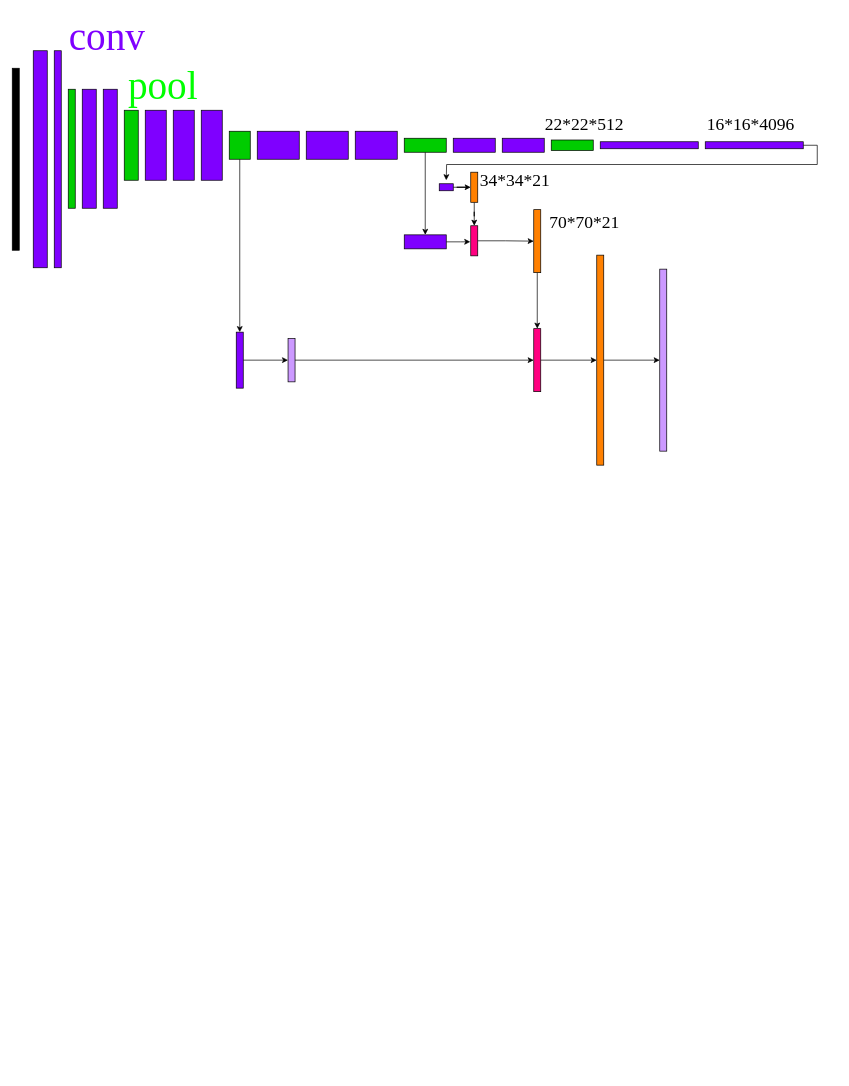
ByronGe/ff keeps this draw.io diagram as fcn.drawio. Above is the earlier version. Source tidied: cells renumbered, new cells numbered last; positions are measured from the earlier drawing's top-left corner, leaving out a move shared by most shapes. Both pictures are drawn from the tidied source at 70%, with x=0, y=0 at pixel (12, 12).
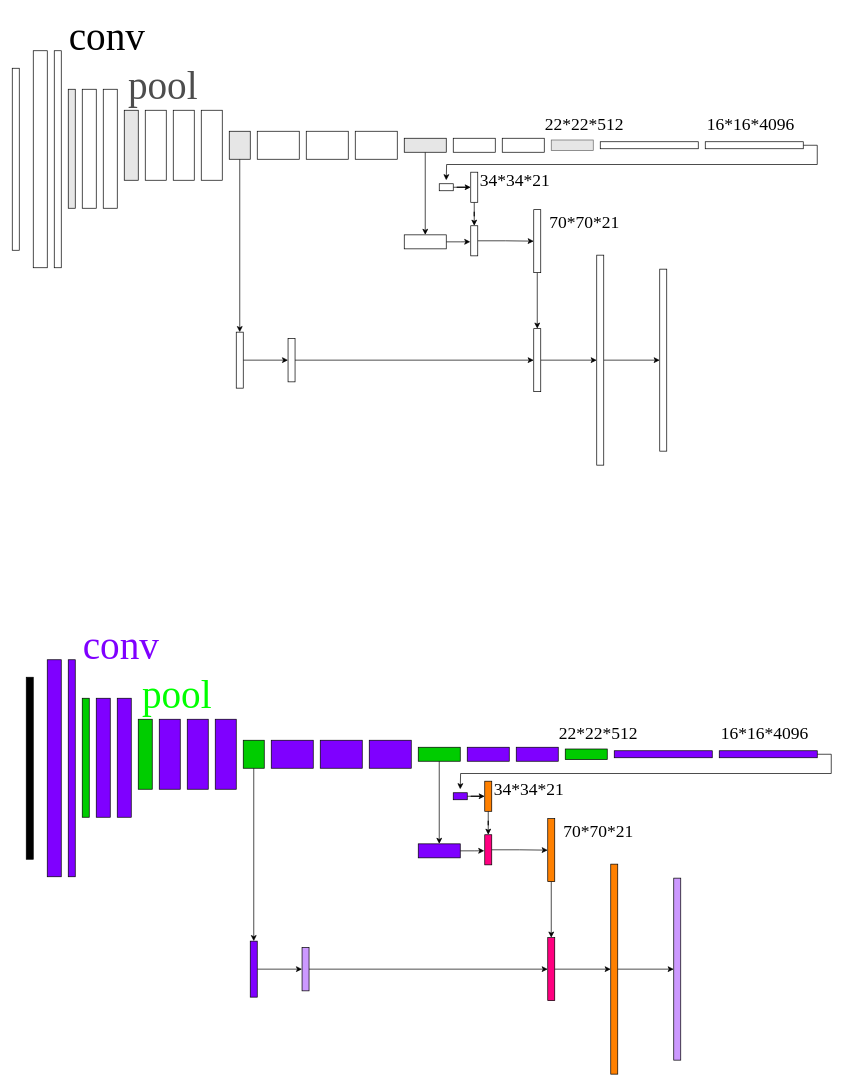
Above is the later version.

Diff of the diagram source:
```diff
@@
-    <mxCell id="2" style="rounded=0;whiteSpace=wrap;html=1;strokeColor=#000000;fillColor=#000000;fontFamily=Times New Roman;fontSize=25;" parent="1" vertex="1">
+    <mxCell id="2" style="rounded=0;whiteSpace=wrap;html=1;strokeColor=#000000;fillColor=#FFFFFF;fontFamily=Times New Roman;fontSize=25;" parent="1" vertex="1">
       <mxGeometry y="80" width="10" height="260" as="geometry" />
     </mxCell>
-    <mxCell id="3" style="rounded=0;whiteSpace=wrap;html=1;fillColor=#7F00FF;fontFamily=Times New Roman;fontSize=25;" parent="1" vertex="1">
+    <mxCell id="3" style="rounded=0;whiteSpace=wrap;html=1;fillColor=#FFFFFF;fontFamily=Times New Roman;fontSize=25;" parent="1" vertex="1">
       <mxGeometry x="30" y="55" width="20" height="310" as="geometry" />
     </mxCell>
-    <mxCell id="4" style="rounded=0;whiteSpace=wrap;html=1;fillColor=#7F00FF;fontFamily=Times New Roman;fontSize=25;" parent="1" vertex="1">
+    <mxCell id="4" style="rounded=0;whiteSpace=wrap;html=1;fillColor=#FFFFFF;fontFamily=Times New Roman;fontSize=25;" parent="1" vertex="1">
       <mxGeometry x="60" y="55" width="10" height="310" as="geometry" />
     </mxCell>
-    <mxCell id="5" style="rounded=0;whiteSpace=wrap;html=1;fillColor=#00CC00;fontFamily=Times New Roman;fontSize=25;" parent="1" vertex="1">
+    <mxCell id="5" style="rounded=0;whiteSpace=wrap;html=1;fillColor=#E6E6E6;fontFamily=Times New Roman;fontSize=25;" parent="1" vertex="1">
       <mxGeometry x="80" y="110" width="10" height="170" as="geometry" />
     </mxCell>
-    <mxCell id="6" style="rounded=0;whiteSpace=wrap;html=1;fillColor=#7F00FF;fontFamily=Times New Roman;fontSize=25;" parent="1" vertex="1">
+    <mxCell id="6" style="rounded=0;whiteSpace=wrap;html=1;fillColor=#FFFFFF;fontFamily=Times New Roman;fontSize=25;" parent="1" vertex="1">
       <mxGeometry x="100" y="110" width="20" height="170" as="geometry" />
     </mxCell>
-    <mxCell id="7" style="rounded=0;whiteSpace=wrap;html=1;fillColor=#7F00FF;fontFamily=Times New Roman;fontSize=25;" parent="1" vertex="1">
+    <mxCell id="7" style="rounded=0;whiteSpace=wrap;html=1;fillColor=#FFFFFF;fontFamily=Times New Roman;fontSize=25;" parent="1" vertex="1">
       <mxGeometry x="130" y="110" width="20" height="170" as="geometry" />
     </mxCell>
-    <mxCell id="8" style="rounded=0;whiteSpace=wrap;html=1;fillColor=#00CC00;fontFamily=Times New Roman;fontSize=25;" parent="1" vertex="1">
+    <mxCell id="8" style="rounded=0;whiteSpace=wrap;html=1;fillColor=#E6E6E6;fontFamily=Times New Roman;fontSize=25;" parent="1" vertex="1">
       <mxGeometry x="160" y="140" width="20" height="100" as="geometry" />
     </mxCell>
-    <mxCell id="9" style="rounded=0;whiteSpace=wrap;html=1;fillColor=#7F00FF;fontFamily=Times New Roman;fontSize=25;" parent="1" vertex="1">
+    <mxCell id="9" style="rounded=0;whiteSpace=wrap;html=1;fillColor=#FFFFFF;fontFamily=Times New Roman;fontSize=25;" parent="1" vertex="1">
       <mxGeometry x="190" y="140" width="30" height="100" as="geometry" />
     </mxCell>
-    <mxCell id="10" style="rounded=0;whiteSpace=wrap;html=1;fillColor=#7F00FF;fontFamily=Times New Roman;fontSize=25;" parent="1" vertex="1">
+    <mxCell id="10" style="rounded=0;whiteSpace=wrap;html=1;fillColor=#FFFFFF;fontFamily=Times New Roman;fontSize=25;" parent="1" vertex="1">
       <mxGeometry x="230" y="140" width="30" height="100" as="geometry" />
     </mxCell>
-    <mxCell id="11" style="rounded=0;whiteSpace=wrap;html=1;fillColor=#7F00FF;fontFamily=Times New Roman;fontSize=25;" parent="1" vertex="1">
+    <mxCell id="11" style="rounded=0;whiteSpace=wrap;html=1;fillColor=#FFFFFF;fontFamily=Times New Roman;fontSize=25;" parent="1" vertex="1">
       <mxGeometry x="270" y="140" width="30" height="100" as="geometry" />
     </mxCell>
@@
-    <mxCell id="13" style="rounded=0;whiteSpace=wrap;html=1;fillColor=#00CC00;fontFamily=Times New Roman;fontSize=25;" parent="1" vertex="1">
+    <mxCell id="13" style="rounded=0;whiteSpace=wrap;html=1;fillColor=#E6E6E6;fontFamily=Times New Roman;fontSize=25;" parent="1" vertex="1">
       <mxGeometry x="310" y="170" width="30" height="40" as="geometry" />
     </mxCell>
@@
-    <mxCell id="15" style="rounded=0;whiteSpace=wrap;html=1;fillColor=#7F00FF;fontFamily=Times New Roman;fontSize=25;" parent="1" vertex="1">
+    <mxCell id="15" style="rounded=0;whiteSpace=wrap;html=1;fillColor=#FFFFFF;fontFamily=Times New Roman;fontSize=25;" parent="1" vertex="1">
       <mxGeometry x="320" y="457" width="10" height="80" as="geometry" />
     </mxCell>
@@
-    <mxCell id="17" style="rounded=0;whiteSpace=wrap;html=1;fillColor=#CC99FF;fontFamily=Times New Roman;fontSize=25;" parent="1" vertex="1">
+    <mxCell id="17" style="rounded=0;whiteSpace=wrap;html=1;fillColor=#FFFFFF;fontFamily=Times New Roman;fontSize=25;" parent="1" vertex="1">
       <mxGeometry x="394" y="466" width="10" height="62" as="geometry" />
     </mxCell>
-    <mxCell id="18" style="rounded=0;whiteSpace=wrap;html=1;fillColor=#7F00FF;fontFamily=Times New Roman;fontSize=25;" parent="1" vertex="1">
+    <mxCell id="18" style="rounded=0;whiteSpace=wrap;html=1;fillColor=#FFFFFF;fontFamily=Times New Roman;fontSize=25;" parent="1" vertex="1">
       <mxGeometry x="350" y="170" width="60" height="40" as="geometry" />
     </mxCell>
-    <mxCell id="19" style="rounded=0;whiteSpace=wrap;html=1;fillColor=#7F00FF;fontFamily=Times New Roman;fontSize=25;" parent="1" vertex="1">
+    <mxCell id="19" style="rounded=0;whiteSpace=wrap;html=1;fillColor=#FFFFFF;fontFamily=Times New Roman;fontSize=25;" parent="1" vertex="1">
       <mxGeometry x="420" y="170" width="60" height="40" as="geometry" />
     </mxCell>
-    <mxCell id="20" style="rounded=0;whiteSpace=wrap;html=1;fillColor=#7F00FF;fontFamily=Times New Roman;fontSize=25;" parent="1" vertex="1">
+    <mxCell id="20" style="rounded=0;whiteSpace=wrap;html=1;fillColor=#FFFFFF;fontFamily=Times New Roman;fontSize=25;" parent="1" vertex="1">
       <mxGeometry x="490" y="170" width="60" height="40" as="geometry" />
     </mxCell>
@@
-    <mxCell id="22" style="rounded=0;whiteSpace=wrap;html=1;fillColor=#00CC00;fontFamily=Times New Roman;fontSize=25;" parent="1" vertex="1">
+    <mxCell id="22" style="rounded=0;whiteSpace=wrap;html=1;fillColor=#E6E6E6;fontFamily=Times New Roman;fontSize=25;" parent="1" vertex="1">
       <mxGeometry x="560" y="180" width="60" height="20" as="geometry" />
     </mxCell>
@@
-    <mxCell id="24" style="rounded=0;whiteSpace=wrap;html=1;fillColor=#7F00FF;fontFamily=Times New Roman;fontSize=25;" parent="1" vertex="1">
+    <mxCell id="24" style="rounded=0;whiteSpace=wrap;html=1;fillColor=#FFFFFF;fontFamily=Times New Roman;fontSize=25;" parent="1" vertex="1">
       <mxGeometry x="560" y="318" width="60" height="20" as="geometry" />
     </mxCell>
-    <mxCell id="25" style="rounded=0;whiteSpace=wrap;html=1;fillColor=#7F00FF;fontFamily=Times New Roman;fontSize=25;" parent="1" vertex="1">
+    <mxCell id="25" style="rounded=0;whiteSpace=wrap;html=1;fillColor=#FFFFFF;fontFamily=Times New Roman;fontSize=25;" parent="1" vertex="1">
       <mxGeometry x="630" y="180" width="60" height="20" as="geometry" />
     </mxCell>
-    <mxCell id="26" style="rounded=0;whiteSpace=wrap;html=1;fillColor=#7F00FF;fontFamily=Times New Roman;fontSize=25;" parent="1" vertex="1">
+    <mxCell id="26" style="rounded=0;whiteSpace=wrap;html=1;fillColor=#FFFFFF;fontFamily=Times New Roman;fontSize=25;" parent="1" vertex="1">
       <mxGeometry x="700" y="180" width="60" height="20" as="geometry" />
     </mxCell>
-    <mxCell id="27" style="rounded=0;whiteSpace=wrap;html=1;fillColor=#00CC00;fontFamily=Times New Roman;fontSize=25;" parent="1" vertex="1">
+    <mxCell id="27" style="rounded=0;whiteSpace=wrap;html=1;fillColor=#E6E6E6;fontFamily=Times New Roman;fontSize=25;strokeColor=#666666;fontColor=#333333;" parent="1" vertex="1">
       <mxGeometry x="770" y="182.5" width="60" height="15" as="geometry" />
     </mxCell>
-    <mxCell id="28" style="rounded=0;whiteSpace=wrap;html=1;fillColor=#7F00FF;fontFamily=Times New Roman;fontSize=25;" parent="1" vertex="1">
+    <mxCell id="28" style="rounded=0;whiteSpace=wrap;html=1;fillColor=#FFFFFF;fontFamily=Times New Roman;fontSize=25;" parent="1" vertex="1">
       <mxGeometry x="840" y="185" width="140" height="10" as="geometry" />
     </mxCell>
@@
-    <mxCell id="30" style="rounded=0;whiteSpace=wrap;html=1;fillColor=#7F00FF;fontFamily=Times New Roman;fontSize=25;" parent="1" vertex="1">
+    <mxCell id="30" style="rounded=0;whiteSpace=wrap;html=1;fillColor=#FFFFFF;fontFamily=Times New Roman;fontSize=25;" parent="1" vertex="1">
       <mxGeometry x="990" y="185" width="140" height="10" as="geometry" />
     </mxCell>
@@
-    <mxCell id="32" style="rounded=0;whiteSpace=wrap;html=1;fillColor=#7F00FF;fontFamily=Times New Roman;fontSize=25;" parent="1" vertex="1">
+    <mxCell id="32" style="rounded=0;whiteSpace=wrap;html=1;fillColor=#FFFFFF;fontFamily=Times New Roman;fontSize=25;" parent="1" vertex="1">
       <mxGeometry x="610" y="245" width="20" height="10" as="geometry" />
     </mxCell>
@@
-    <mxCell id="34" style="rounded=0;whiteSpace=wrap;html=1;fillColor=#FF8000;fontFamily=Times New Roman;fontSize=25;" parent="1" vertex="1">
+    <mxCell id="34" style="rounded=0;whiteSpace=wrap;html=1;fillColor=#FFFFFF;fontFamily=Times New Roman;fontSize=25;" parent="1" vertex="1">
       <mxGeometry x="655" y="228.5" width="10" height="43" as="geometry" />
     </mxCell>
@@
-    <mxCell id="36" style="rounded=0;whiteSpace=wrap;html=1;fillColor=#FF0080;fontFamily=Times New Roman;fontSize=25;" parent="1" vertex="1">
+    <mxCell id="36" style="rounded=0;whiteSpace=wrap;html=1;fillColor=#FFFFFF;fontFamily=Times New Roman;fontSize=25;" parent="1" vertex="1">
       <mxGeometry x="655" y="305" width="10" height="43" as="geometry" />
     </mxCell>
@@
-    <mxCell id="38" style="rounded=0;whiteSpace=wrap;html=1;fillColor=#FF8000;fontFamily=Times New Roman;fontSize=25;" parent="1" vertex="1">
+    <mxCell id="38" style="rounded=0;whiteSpace=wrap;html=1;fillColor=#FFFFFF;fontFamily=Times New Roman;fontSize=25;" parent="1" vertex="1">
       <mxGeometry x="745" y="282" width="10" height="90" as="geometry" />
     </mxCell>
@@
-    <mxCell id="40" style="rounded=0;whiteSpace=wrap;html=1;fillColor=#FF0080;fontFamily=Times New Roman;fontSize=25;" parent="1" vertex="1">
+    <mxCell id="40" style="rounded=0;whiteSpace=wrap;html=1;fillColor=#FFFFFF;fontFamily=Times New Roman;fontSize=25;" parent="1" vertex="1">
       <mxGeometry x="745" y="452" width="10" height="90" as="geometry" />
     </mxCell>
@@
-    <mxCell id="42" style="rounded=0;whiteSpace=wrap;html=1;fillColor=#FF8000;fontFamily=Times New Roman;fontSize=25;" parent="1" vertex="1">
+    <mxCell id="42" style="rounded=0;whiteSpace=wrap;html=1;fillColor=#FFFFFF;fontFamily=Times New Roman;fontSize=25;" parent="1" vertex="1">
       <mxGeometry x="835" y="347" width="10" height="300" as="geometry" />
     </mxCell>
-    <mxCell id="43" style="rounded=0;whiteSpace=wrap;html=1;fillColor=#CC99FF;fontFamily=Times New Roman;fontSize=25;" parent="1" vertex="1">
+    <mxCell id="43" style="rounded=0;whiteSpace=wrap;html=1;fillColor=#FFFFFF;fontFamily=Times New Roman;fontSize=25;" parent="1" vertex="1">
       <mxGeometry x="925" y="367" width="10" height="260" as="geometry" />
     </mxCell>
@@
-    <mxCell id="48" value="&lt;font color=&quot;#7f00ff&quot; style=&quot;font-size: 56px;&quot;&gt;conv&lt;/font&gt;" style="text;html=1;align=center;verticalAlign=middle;fontSize=56;fontFamily=Times New Roman;" parent="1" vertex="1">
+    <mxCell id="48" value="&lt;font style=&quot;font-size: 56px&quot;&gt;conv&lt;/font&gt;" style="text;html=1;align=center;verticalAlign=middle;fontSize=56;fontFamily=Times New Roman;" parent="1" vertex="1">
       <mxGeometry x="70" width="130" height="70" as="geometry" />
     </mxCell>
-    <mxCell id="49" value="&lt;font color=&quot;#00ff00&quot; style=&quot;font-size: 56px;&quot;&gt;pool&lt;/font&gt;" style="text;html=1;align=center;verticalAlign=middle;fontSize=56;fontFamily=Times New Roman;" parent="1" vertex="1">
+    <mxCell id="49" value="&lt;font style=&quot;font-size: 56px&quot; color=&quot;#4d4d4d&quot;&gt;pool&lt;/font&gt;" style="text;html=1;align=center;verticalAlign=middle;fontSize=56;fontFamily=Times New Roman;" parent="1" vertex="1">
       <mxGeometry x="160" y="70" width="110" height="70" as="geometry" />
     </mxCell>
+    <mxCell id="50" style="rounded=0;whiteSpace=wrap;html=1;strokeColor=#000000;fillColor=#000000;fontFamily=Times New Roman;fontSize=25;" parent="1" vertex="1">
+      <mxGeometry x="20" y="950" width="10" height="260" as="geometry" />
+    </mxCell>
+    <mxCell id="51" style="rounded=0;whiteSpace=wrap;html=1;fillColor=#7F00FF;fontFamily=Times New Roman;fontSize=25;" parent="1" vertex="1">
+      <mxGeometry x="50" y="925" width="20" height="310" as="geometry" />
+    </mxCell>
+    <mxCell id="52" style="rounded=0;whiteSpace=wrap;html=1;fillColor=#7F00FF;fontFamily=Times New Roman;fontSize=25;" parent="1" vertex="1">
+      <mxGeometry x="80" y="925" width="10" height="310" as="geometry" />
+    </mxCell>
+    <mxCell id="53" style="rounded=0;whiteSpace=wrap;html=1;fillColor=#00CC00;fontFamily=Times New Roman;fontSize=25;" parent="1" vertex="1">
+      <mxGeometry x="100" y="980" width="10" height="170" as="geometry" />
+    </mxCell>
+    <mxCell id="54" style="rounded=0;whiteSpace=wrap;html=1;fillColor=#7F00FF;fontFamily=Times New Roman;fontSize=25;" parent="1" vertex="1">
+      <mxGeometry x="120" y="980" width="20" height="170" as="geometry" />
+    </mxCell>
+    <mxCell id="55" style="rounded=0;whiteSpace=wrap;html=1;fillColor=#7F00FF;fontFamily=Times New Roman;fontSize=25;" parent="1" vertex="1">
+      <mxGeometry x="150" y="980" width="20" height="170" as="geometry" />
+    </mxCell>
+    <mxCell id="56" style="rounded=0;whiteSpace=wrap;html=1;fillColor=#00CC00;fontFamily=Times New Roman;fontSize=25;" parent="1" vertex="1">
+      <mxGeometry x="180" y="1010" width="20" height="100" as="geometry" />
+    </mxCell>
+    <mxCell id="57" style="rounded=0;whiteSpace=wrap;html=1;fillColor=#7F00FF;fontFamily=Times New Roman;fontSize=25;" parent="1" vertex="1">
+      <mxGeometry x="210" y="1010" width="30" height="100" as="geometry" />
+    </mxCell>
+    <mxCell id="58" style="rounded=0;whiteSpace=wrap;html=1;fillColor=#7F00FF;fontFamily=Times New Roman;fontSize=25;" parent="1" vertex="1">
+      <mxGeometry x="250" y="1010" width="30" height="100" as="geometry" />
+    </mxCell>
+    <mxCell id="59" style="rounded=0;whiteSpace=wrap;html=1;fillColor=#7F00FF;fontFamily=Times New Roman;fontSize=25;" parent="1" vertex="1">
+      <mxGeometry x="290" y="1010" width="30" height="100" as="geometry" />
+    </mxCell>
+    <mxCell id="60" style="edgeStyle=orthogonalEdgeStyle;rounded=0;jettySize=auto;html=1;exitX=0.5;exitY=1;exitDx=0;exitDy=0;fontFamily=Times New Roman;fontSize=25;" parent="1" edge="1" source="61" target="63">
+      <mxGeometry relative="1" as="geometry" />
+    </mxCell>
+    <mxCell id="61" style="rounded=0;whiteSpace=wrap;html=1;fillColor=#00CC00;fontFamily=Times New Roman;fontSize=25;" parent="1" vertex="1">
+      <mxGeometry x="330" y="1040" width="30" height="40" as="geometry" />
+    </mxCell>
+    <mxCell id="62" style="edgeStyle=orthogonalEdgeStyle;rounded=0;jettySize=auto;html=1;entryX=0;entryY=0.5;entryDx=0;entryDy=0;fontFamily=Times New Roman;fontSize=25;" parent="1" edge="1" source="63" target="65">
+      <mxGeometry relative="1" as="geometry" />
+    </mxCell>
+    <mxCell id="63" style="rounded=0;whiteSpace=wrap;html=1;fillColor=#7F00FF;fontFamily=Times New Roman;fontSize=25;" parent="1" vertex="1">
+      <mxGeometry x="340" y="1327" width="10" height="80" as="geometry" />
+    </mxCell>
+    <mxCell id="64" style="edgeStyle=orthogonalEdgeStyle;rounded=0;jettySize=auto;html=1;fontFamily=Times New Roman;fontSize=25;" parent="1" edge="1" source="65" target="88">
+      <mxGeometry relative="1" as="geometry" />
+    </mxCell>
+    <mxCell id="65" style="rounded=0;whiteSpace=wrap;html=1;fillColor=#CC99FF;fontFamily=Times New Roman;fontSize=25;" parent="1" vertex="1">
+      <mxGeometry x="414" y="1336" width="10" height="62" as="geometry" />
+    </mxCell>
+    <mxCell id="66" style="rounded=0;whiteSpace=wrap;html=1;fillColor=#7F00FF;fontFamily=Times New Roman;fontSize=25;" parent="1" vertex="1">
+      <mxGeometry x="370" y="1040" width="60" height="40" as="geometry" />
+    </mxCell>
+    <mxCell id="67" style="rounded=0;whiteSpace=wrap;html=1;fillColor=#7F00FF;fontFamily=Times New Roman;fontSize=25;" parent="1" vertex="1">
+      <mxGeometry x="440" y="1040" width="60" height="40" as="geometry" />
+    </mxCell>
+    <mxCell id="68" style="rounded=0;whiteSpace=wrap;html=1;fillColor=#7F00FF;fontFamily=Times New Roman;fontSize=25;" parent="1" vertex="1">
+      <mxGeometry x="510" y="1040" width="60" height="40" as="geometry" />
+    </mxCell>
+    <mxCell id="69" style="edgeStyle=orthogonalEdgeStyle;rounded=0;jettySize=auto;html=1;fontFamily=Times New Roman;fontSize=25;" parent="1" edge="1" source="70" target="72">
+      <mxGeometry relative="1" as="geometry" />
+    </mxCell>
+    <mxCell id="70" style="rounded=0;whiteSpace=wrap;html=1;fillColor=#00CC00;fontFamily=Times New Roman;fontSize=25;" parent="1" vertex="1">
+      <mxGeometry x="580" y="1050" width="60" height="20" as="geometry" />
+    </mxCell>
+    <mxCell id="71" style="edgeStyle=orthogonalEdgeStyle;rounded=0;jettySize=auto;html=1;entryX=-0.066;entryY=0.533;entryDx=0;entryDy=0;entryPerimeter=0;fontFamily=Times New Roman;fontSize=25;" parent="1" edge="1" source="72" target="84">
+      <mxGeometry relative="1" as="geometry" />
+    </mxCell>
+    <mxCell id="72" style="rounded=0;whiteSpace=wrap;html=1;fillColor=#7F00FF;fontFamily=Times New Roman;fontSize=25;" parent="1" vertex="1">
+      <mxGeometry x="580" y="1188" width="60" height="20" as="geometry" />
+    </mxCell>
+    <mxCell id="73" style="rounded=0;whiteSpace=wrap;html=1;fillColor=#7F00FF;fontFamily=Times New Roman;fontSize=25;" parent="1" vertex="1">
+      <mxGeometry x="650" y="1050" width="60" height="20" as="geometry" />
+    </mxCell>
+    <mxCell id="74" style="rounded=0;whiteSpace=wrap;html=1;fillColor=#7F00FF;fontFamily=Times New Roman;fontSize=25;" parent="1" vertex="1">
+      <mxGeometry x="720" y="1050" width="60" height="20" as="geometry" />
+    </mxCell>
+    <mxCell id="75" style="rounded=0;whiteSpace=wrap;html=1;fillColor=#00CC00;fontFamily=Times New Roman;fontSize=25;" parent="1" vertex="1">
+      <mxGeometry x="790" y="1052.5" width="60" height="15" as="geometry" />
+    </mxCell>
+    <mxCell id="76" style="rounded=0;whiteSpace=wrap;html=1;fillColor=#7F00FF;fontFamily=Times New Roman;fontSize=25;" parent="1" vertex="1">
+      <mxGeometry x="860" y="1055" width="140" height="10" as="geometry" />
+    </mxCell>
+    <mxCell id="77" style="edgeStyle=orthogonalEdgeStyle;rounded=0;jettySize=auto;html=1;exitX=1;exitY=0.5;exitDx=0;exitDy=0;fontFamily=Times New Roman;fontSize=25;" parent="1" edge="1" source="78">
+      <mxGeometry relative="1" as="geometry">
+        <mxPoint x="640" y="1110" as="targetPoint" />
+      </mxGeometry>
+    </mxCell>
+    <mxCell id="78" style="rounded=0;whiteSpace=wrap;html=1;fillColor=#7F00FF;fontFamily=Times New Roman;fontSize=25;" parent="1" vertex="1">
+      <mxGeometry x="1010" y="1055" width="140" height="10" as="geometry" />
+    </mxCell>
+    <mxCell id="79" style="edgeStyle=orthogonalEdgeStyle;rounded=0;jettySize=auto;html=1;entryX=0;entryY=0.5;entryDx=0;entryDy=0;fontFamily=Times New Roman;fontSize=25;" parent="1" edge="1" source="80" target="82">
+      <mxGeometry relative="1" as="geometry" />
+    </mxCell>
+    <mxCell id="80" style="rounded=0;whiteSpace=wrap;html=1;fillColor=#7F00FF;fontFamily=Times New Roman;fontSize=25;" parent="1" vertex="1">
+      <mxGeometry x="630" y="1115" width="20" height="10" as="geometry" />
+    </mxCell>
+    <mxCell id="81" style="edgeStyle=orthogonalEdgeStyle;rounded=0;jettySize=auto;html=1;fontFamily=Times New Roman;fontSize=25;" parent="1" edge="1" source="82" target="84">
+      <mxGeometry relative="1" as="geometry" />
+    </mxCell>
+    <mxCell id="82" style="rounded=0;whiteSpace=wrap;html=1;fillColor=#FF8000;fontFamily=Times New Roman;fontSize=25;" parent="1" vertex="1">
+      <mxGeometry x="675" y="1098.5" width="10" height="43" as="geometry" />
+    </mxCell>
+    <mxCell id="83" style="edgeStyle=orthogonalEdgeStyle;rounded=0;jettySize=auto;html=1;fontFamily=Times New Roman;fontSize=25;" parent="1" edge="1" source="84" target="86">
+      <mxGeometry relative="1" as="geometry" />
+    </mxCell>
+    <mxCell id="84" style="rounded=0;whiteSpace=wrap;html=1;fillColor=#FF0080;fontFamily=Times New Roman;fontSize=25;" parent="1" vertex="1">
+      <mxGeometry x="675" y="1175" width="10" height="43" as="geometry" />
+    </mxCell>
+    <mxCell id="85" style="edgeStyle=orthogonalEdgeStyle;rounded=0;jettySize=auto;html=1;fontFamily=Times New Roman;fontSize=25;" parent="1" edge="1" source="86" target="88">
+      <mxGeometry relative="1" as="geometry" />
+    </mxCell>
+    <mxCell id="86" style="rounded=0;whiteSpace=wrap;html=1;fillColor=#FF8000;fontFamily=Times New Roman;fontSize=25;" parent="1" vertex="1">
+      <mxGeometry x="765" y="1152" width="10" height="90" as="geometry" />
+    </mxCell>
+    <mxCell id="87" style="edgeStyle=orthogonalEdgeStyle;rounded=0;jettySize=auto;html=1;fontFamily=Times New Roman;fontSize=25;" parent="1" edge="1" source="88" target="90">
+      <mxGeometry relative="1" as="geometry" />
+    </mxCell>
+    <mxCell id="88" style="rounded=0;whiteSpace=wrap;html=1;fillColor=#FF0080;fontFamily=Times New Roman;fontSize=25;" parent="1" vertex="1">
+      <mxGeometry x="765" y="1322" width="10" height="90" as="geometry" />
+    </mxCell>
+    <mxCell id="89" style="edgeStyle=orthogonalEdgeStyle;rounded=0;jettySize=auto;html=1;fontFamily=Times New Roman;fontSize=25;" parent="1" edge="1" source="90" target="91">
+      <mxGeometry relative="1" as="geometry" />
+    </mxCell>
+    <mxCell id="90" style="rounded=0;whiteSpace=wrap;html=1;fillColor=#FF8000;fontFamily=Times New Roman;fontSize=25;" parent="1" vertex="1">
+      <mxGeometry x="855" y="1217" width="10" height="300" as="geometry" />
+    </mxCell>
+    <mxCell id="91" style="rounded=0;whiteSpace=wrap;html=1;fillColor=#CC99FF;fontFamily=Times New Roman;fontSize=25;" parent="1" vertex="1">
+      <mxGeometry x="945" y="1237" width="10" height="260" as="geometry" />
+    </mxCell>
+    <mxCell id="92" value="16*16*4096" style="text;html=1;strokeColor=none;fillColor=none;align=center;verticalAlign=middle;whiteSpace=wrap;rounded=0;fontFamily=Times New Roman;fontSize=25;" parent="1" vertex="1">
+      <mxGeometry x="1010" y="1020" width="130" height="20" as="geometry" />
+    </mxCell>
+    <mxCell id="93" value="22*22*512" style="text;html=1;align=center;verticalAlign=middle;fontFamily=Times New Roman;fontSize=25;" parent="1" vertex="1">
+      <mxGeometry x="772" y="1010" width="130" height="40" as="geometry" />
+    </mxCell>
+    <mxCell id="94" value="34*34*21" style="text;html=1;align=center;verticalAlign=middle;fontFamily=Times New Roman;fontSize=25;" parent="1" vertex="1">
+      <mxGeometry x="678" y="1090" width="120" height="40" as="geometry" />
+    </mxCell>
+    <mxCell id="95" value="70*70*21" style="text;html=1;align=center;verticalAlign=middle;fontFamily=Times New Roman;fontSize=25;" parent="1" vertex="1">
+      <mxGeometry x="777" y="1150" width="120" height="40" as="geometry" />
+    </mxCell>
+    <mxCell id="96" value="&lt;font color=&quot;#7f00ff&quot; style=&quot;font-size: 56px;&quot;&gt;conv&lt;/font&gt;" style="text;html=1;align=center;verticalAlign=middle;fontSize=56;fontFamily=Times New Roman;" parent="1" vertex="1">
+      <mxGeometry x="90" y="870" width="130" height="70" as="geometry" />
+    </mxCell>
+    <mxCell id="97" value="&lt;font color=&quot;#00ff00&quot; style=&quot;font-size: 56px;&quot;&gt;pool&lt;/font&gt;" style="text;html=1;align=center;verticalAlign=middle;fontSize=56;fontFamily=Times New Roman;" parent="1" vertex="1">
+      <mxGeometry x="180" y="940" width="110" height="70" as="geometry" />
+    </mxCell>
```
